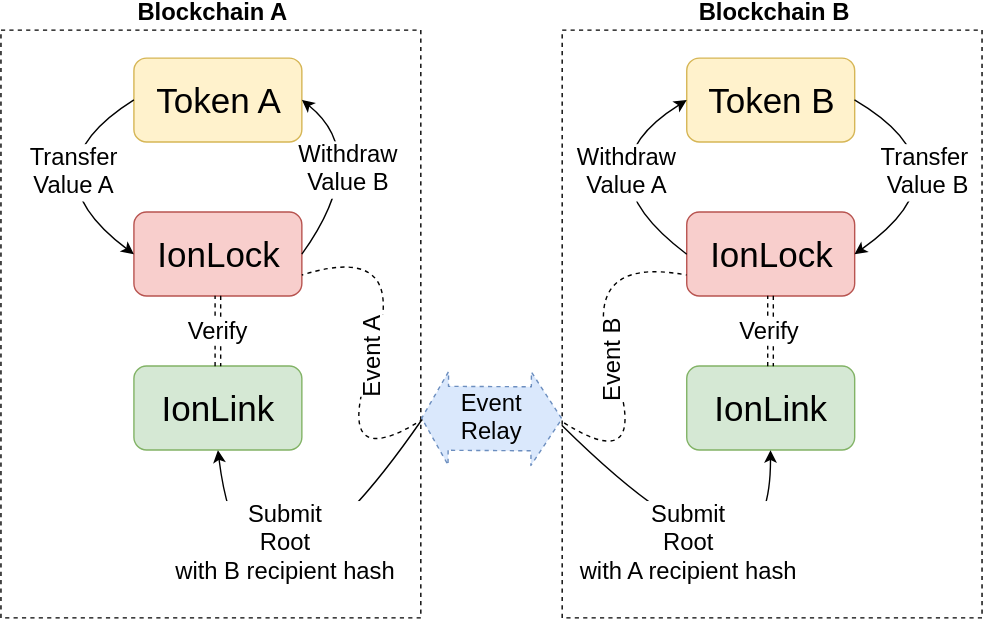
The draw.io diagram IonDiagram.svg in clearmatics/ion, before a commit. Source tidied: cells renumbered, new cells last; positions are measured from the earlier drawing's top-left corner, leaving out a move shared by most shapes.
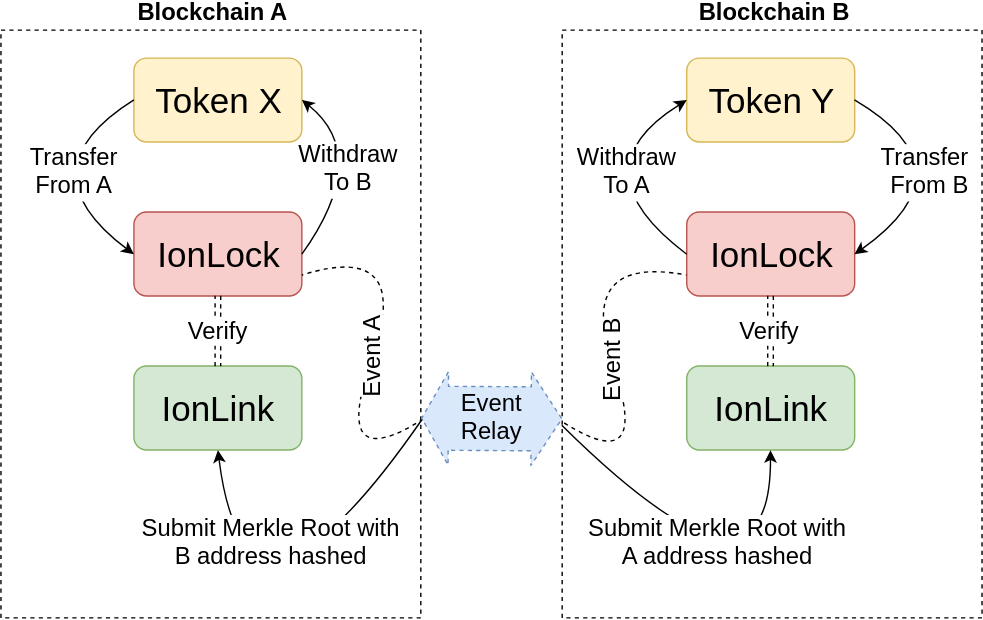
Later version of the same file.

Commit message:
Ion Diagram updated

The edit, as a diff of the source:
```diff
@@ -8,7 +8,7 @@
     <mxCell id="3" value="&lt;b&gt;Blockchain B&lt;/b&gt;" style="rounded=0;whiteSpace=wrap;html=1;fontSize=17;dashed=1;labelBackgroundColor=none;fontColor=#000000;labelPosition=center;verticalLabelPosition=top;align=center;verticalAlign=bottom;" parent="1" vertex="1">
       <mxGeometry x="401" width="300" height="420" as="geometry" />
     </mxCell>
-    <mxCell id="4" value="Token A" style="rounded=1;whiteSpace=wrap;html=1;fontSize=25;fillColor=#fff2cc;strokeColor=#d6b656;" parent="1" vertex="1">
+    <mxCell id="4" value="Token X" style="rounded=1;whiteSpace=wrap;html=1;fontSize=25;fillColor=#fff2cc;strokeColor=#d6b656;" parent="1" vertex="1">
       <mxGeometry x="95" y="20" width="120" height="60" as="geometry" />
     </mxCell>
     <mxCell id="5" value="IonLock" style="rounded=1;whiteSpace=wrap;html=1;fontSize=25;fillColor=#f8cecc;strokeColor=#b85450;" parent="1" vertex="1">
@@ -17,7 +17,7 @@
     <mxCell id="6" value="IonLink" style="rounded=1;whiteSpace=wrap;html=1;fontSize=25;fillColor=#d5e8d4;strokeColor=#82b366;" parent="1" vertex="1">
       <mxGeometry x="95" y="240" width="120" height="60" as="geometry" />
     </mxCell>
-    <mxCell id="7" value="Transfer&lt;br&gt;Value A" style="endArrow=none;startArrow=classic;html=1;fontSize=17;entryX=0;entryY=0.5;exitX=0;exitY=0.5;endFill=0;curved=1;align=center;labelPosition=right;verticalLabelPosition=middle;verticalAlign=middle;spacingRight=0;spacingLeft=70;" parent="1" edge="1" source="5" target="4">
+    <mxCell id="7" value="Transfer&lt;br&gt;From A" style="endArrow=none;startArrow=classic;html=1;fontSize=17;entryX=0;entryY=0.5;exitX=0;exitY=0.5;endFill=0;curved=1;align=center;labelPosition=right;verticalLabelPosition=middle;verticalAlign=middle;spacingRight=0;spacingLeft=70;" parent="1" edge="1" source="5" target="4">
       <mxGeometry relative="1" as="geometry">
         <Array as="points">
           <mxPoint x="15" y="100" />
@@ -32,7 +32,7 @@
         </Array>
       </mxGeometry>
     </mxCell>
-    <mxCell id="9" value="Submit&lt;br&gt;Root&lt;br&gt;with B recipient hash" style="endArrow=none;html=1;labelBackgroundColor=#ffffff;fontSize=17;exitX=0.5;exitY=1;curved=1;startArrow=classic;startFill=1;labelPosition=center;verticalLabelPosition=middle;align=center;verticalAlign=middle;spacing=2;spacingBottom=0;spacingLeft=0;spacingRight=150;entryX=1.003;entryY=0.663;entryPerimeter=0;" parent="1" edge="1" source="6" target="2">
+    <mxCell id="9" value="Submit Merkle Root with &lt;br&gt;B address hashed" style="endArrow=none;html=1;labelBackgroundColor=#ffffff;fontSize=17;exitX=0.5;exitY=1;curved=1;startArrow=classic;startFill=1;labelPosition=center;verticalLabelPosition=middle;align=center;verticalAlign=middle;spacing=2;spacingBottom=0;spacingLeft=0;spacingRight=170;entryX=1.003;entryY=0.663;entryPerimeter=0;" parent="1" edge="1" source="6" target="2">
       <mxGeometry x="0.55" y="-31" relative="1" as="geometry">
         <Array as="points">
           <mxPoint x="175" y="460" />
@@ -42,7 +42,7 @@
     <mxCell id="10" value="Verify" style="shape=link;html=1;labelBackgroundColor=#ffffff;startArrow=classic;startFill=1;endArrow=none;endFill=0;jettySize=auto;fontSize=17;align=center;entryX=0.5;entryY=1;exitX=0.5;exitY=0;dashed=1;" parent="1" edge="1" source="6" target="5">
       <mxGeometry relative="1" as="geometry" />
     </mxCell>
-    <mxCell id="11" value="Token B" style="rounded=1;whiteSpace=wrap;html=1;fontSize=25;fillColor=#fff2cc;strokeColor=#d6b656;" parent="1" vertex="1">
+    <mxCell id="11" value="Token Y" style="rounded=1;whiteSpace=wrap;html=1;fontSize=25;fillColor=#fff2cc;strokeColor=#d6b656;" parent="1" vertex="1">
       <mxGeometry x="490" y="20" width="120" height="60" as="geometry" />
     </mxCell>
     <mxCell id="12" value="IonLock" style="rounded=1;whiteSpace=wrap;html=1;fontSize=25;fillColor=#f8cecc;strokeColor=#b85450;" parent="1" vertex="1">
@@ -51,7 +51,7 @@
     <mxCell id="13" value="IonLink" style="rounded=1;whiteSpace=wrap;html=1;fontSize=25;fillColor=#d5e8d4;strokeColor=#82b366;" parent="1" vertex="1">
       <mxGeometry x="490" y="240" width="120" height="60" as="geometry" />
     </mxCell>
-    <mxCell id="14" value="Transfer&lt;br&gt;Value B" style="endArrow=none;startArrow=classic;html=1;fontSize=17;entryX=1;entryY=0.5;exitX=1;exitY=0.5;endFill=0;curved=1;align=right;labelPosition=left;verticalLabelPosition=middle;verticalAlign=middle;" parent="1" edge="1" source="12" target="11">
+    <mxCell id="14" value="Transfer&lt;br&gt;From B" style="endArrow=none;startArrow=classic;html=1;fontSize=17;entryX=1;entryY=0.5;exitX=1;exitY=0.5;endFill=0;curved=1;align=right;labelPosition=left;verticalLabelPosition=middle;verticalAlign=middle;" parent="1" edge="1" source="12" target="11">
       <mxGeometry relative="1" as="geometry">
         <Array as="points">
           <mxPoint x="695" y="100" />
@@ -66,7 +66,7 @@
         </Array>
       </mxGeometry>
     </mxCell>
-    <mxCell id="16" value="Submit&lt;br&gt;Root&lt;br&gt;with A recipient hash" style="endArrow=none;html=1;labelBackgroundColor=#ffffff;fontSize=17;exitX=0.5;exitY=1;curved=1;entryX=-0.001;entryY=0.672;startArrow=classic;startFill=1;labelPosition=center;verticalLabelPosition=middle;align=center;verticalAlign=middle;spacing=2;spacingBottom=70;spacingLeft=0;spacingRight=60;entryPerimeter=0;" parent="1" edge="1" source="13" target="3">
+    <mxCell id="16" value="Submit Merkle Root with &lt;br&gt;A address hashed" style="endArrow=none;html=1;labelBackgroundColor=#ffffff;fontSize=17;exitX=0.5;exitY=1;curved=1;entryX=-0.001;entryY=0.672;startArrow=classic;startFill=1;labelPosition=center;verticalLabelPosition=middle;align=center;verticalAlign=middle;spacing=2;spacingBottom=70;spacingLeft=0;spacingRight=20;entryPerimeter=0;" parent="1" edge="1" source="13" target="3">
       <mxGeometry relative="1" as="geometry">
         <Array as="points">
           <mxPoint x="550" y="430" />
@@ -76,14 +76,14 @@
     <mxCell id="17" value="Verify" style="shape=link;html=1;labelBackgroundColor=#ffffff;startArrow=classic;startFill=1;endArrow=none;endFill=0;jettySize=auto;fontSize=17;align=center;entryX=0.5;entryY=1;exitX=0.5;exitY=0;dashed=1;" parent="1" edge="1" source="13" target="12">
       <mxGeometry relative="1" as="geometry" />
     </mxCell>
-    <mxCell id="18" value="Withdraw&lt;br&gt;Value B" style="endArrow=classic;startArrow=none;html=1;fontSize=17;entryX=1;entryY=0.5;exitX=1;exitY=0.5;endFill=1;curved=1;align=center;labelPosition=left;verticalLabelPosition=middle;verticalAlign=middle;spacingRight=20;spacingLeft=0;startFill=0;" parent="1" edge="1" source="5" target="4">
+    <mxCell id="18" value="Withdraw&lt;br&gt;To B" style="endArrow=classic;startArrow=none;html=1;fontSize=17;entryX=1;entryY=0.5;exitX=1;exitY=0.5;endFill=1;curved=1;align=center;labelPosition=left;verticalLabelPosition=middle;verticalAlign=middle;spacingRight=20;spacingLeft=0;startFill=0;" parent="1" edge="1" source="5" target="4">
       <mxGeometry relative="1" as="geometry">
         <Array as="points">
           <mxPoint x="265" y="90" />
         </Array>
       </mxGeometry>
     </mxCell>
-    <mxCell id="19" value="Withdraw&lt;br&gt;Value A" style="endArrow=classic;startArrow=none;html=1;fontSize=17;exitX=0;exitY=0.5;endFill=1;curved=1;align=center;labelPosition=right;verticalLabelPosition=middle;verticalAlign=middle;spacingRight=0;spacingLeft=70;startFill=0;" parent="1" edge="1">
+    <mxCell id="19" value="Withdraw&lt;br&gt;To A" style="endArrow=classic;startArrow=none;html=1;fontSize=17;exitX=0;exitY=0.5;endFill=1;curved=1;align=center;labelPosition=right;verticalLabelPosition=middle;verticalAlign=middle;spacingRight=0;spacingLeft=70;startFill=0;" parent="1" edge="1">
       <mxGeometry relative="1" as="geometry">
         <mxPoint x="490" y="160.1" as="sourcePoint" />
         <mxPoint x="490" y="50" as="targetPoint" />
```
